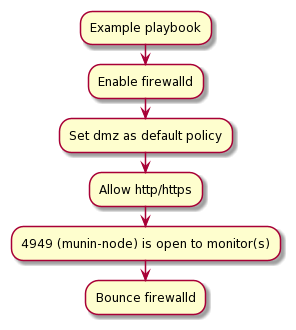
Before: example/example-diagram.png, a diagram exported from PlantUML (rwxd/ansible2puml).
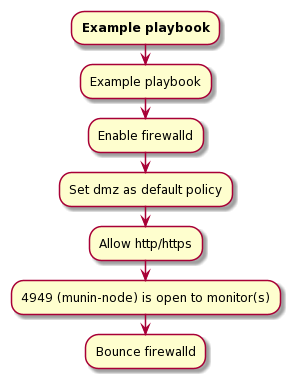
After the change.

The edit, as a diff of the source:
```diff
@@ -1,13 +1,20 @@
 @startuml
+:**Example playbook**;
+
 :Example playbook;
+
 
 :Enable firewalld;
 
+
 :Set dmz as default policy;
+
 
 :Allow http/https;
 
+
 :4949 (munin-node) is open to monitor(s);
+
 
 :Bounce firewalld;
 @enduml
```
